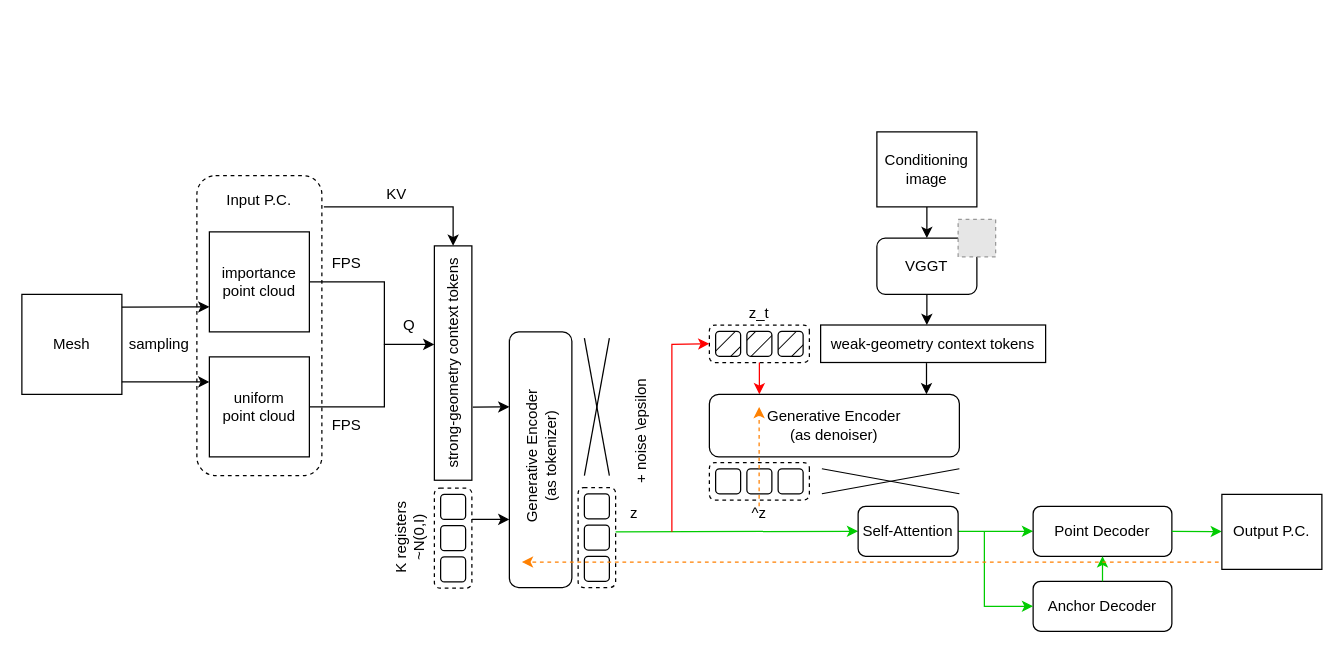
Before: teaser.drawio in NathanRouille/HY3DGS, a draw.io diagram. Source tidied: cells renumbered, new cells numbered last; positions are measured from the earlier drawing's top-left corner, leaving out a move shared by most shapes. Both pictures are drawn from the tidied source at 125%, with x=0, y=0 at pixel (21, 131). Pictures stored in the file or linked from it are replaced by grey dashed boxes.
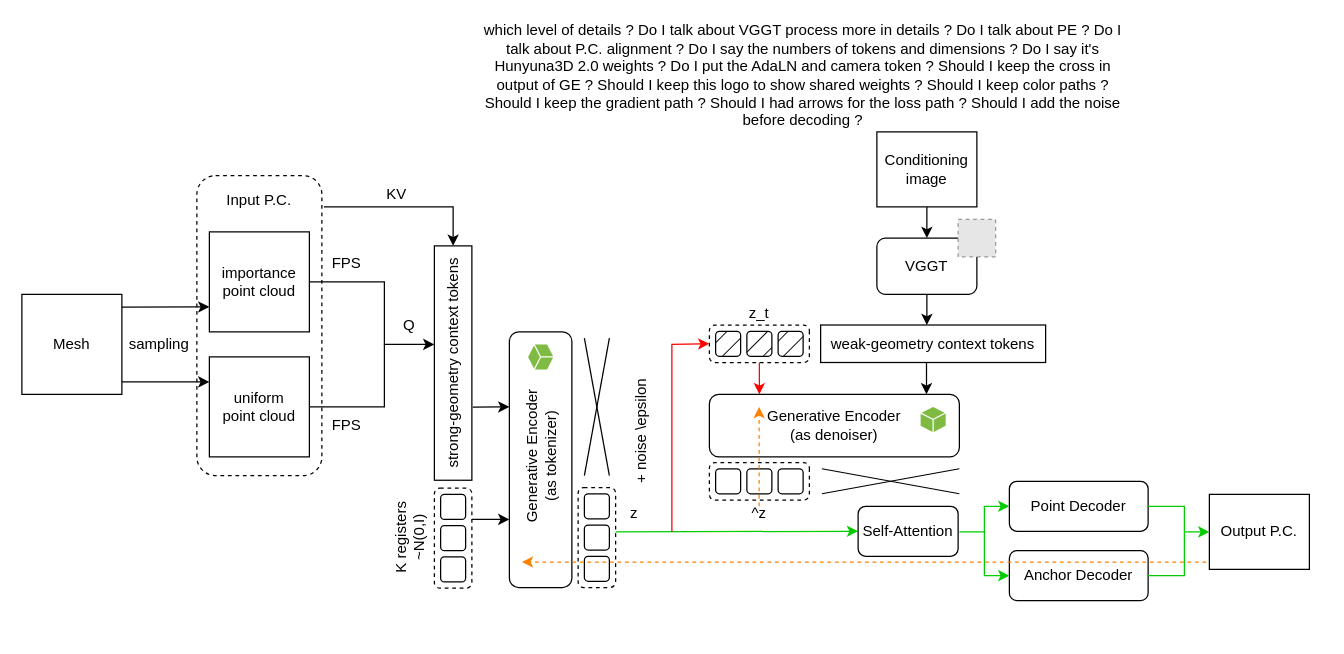
The same page after the edit.

Commit message:
Mettre à jour teaser.drawio

Unchanged cells that the change refers to:
```xml
<mxCell id="61" value="Self-Attention" style="rounded=1;whiteSpace=wrap;html=1;" parent="1" vertex="1">
  <mxGeometry x="669" y="299.5" width="80" height="40" as="geometry" />
</mxCell>
```

What changed in the source:
```diff
@@
-    <mxCell id="60" style="edgeStyle=orthogonalEdgeStyle;rounded=0;jettySize=auto;html=1;strokeColor=#00CC00;" parent="1" edge="1" source="61" target="62">
-      <mxGeometry relative="1" as="geometry" />
-    </mxCell>
@@
     <mxCell id="62" value="Point Decoder" style="whiteSpace=wrap;html=1;rounded=1;" parent="1" vertex="1">
-      <mxGeometry x="809" y="299.5" width="111" height="40" as="geometry" />
+      <mxGeometry x="790" y="279.5" width="111" height="40" as="geometry" />
     </mxCell>
     <mxCell id="63" value="Anchor Decoder" style="whiteSpace=wrap;html=1;rounded=1;" parent="1" vertex="1">
-      <mxGeometry x="809" y="359.5" width="111" height="40" as="geometry" />
+      <mxGeometry x="790" y="335" width="111" height="40" as="geometry" />
     </mxCell>
     <mxCell id="64" style="endArrow=classic;html=1;rounded=0;entryX=0;entryY=0.5;entryDx=0;entryDy=0;strokeColor=#00CC00;" parent="1" edge="1" target="63">
       <mxGeometry relative="1" as="geometry">
         <mxPoint x="770" y="320" as="sourcePoint" />
         <Array as="points">
-          <mxPoint x="770" y="379.5" />
+          <mxPoint x="770" y="355" />
         </Array>
       </mxGeometry>
     </mxCell>
-    <mxCell id="65" style="endArrow=classic;html=1;rounded=0;exitX=0.5;exitY=0;exitDx=0;exitDy=0;entryX=0.5;entryY=1;entryDx=0;entryDy=0;strokeColor=#00CC00;" parent="1" edge="1" source="63" target="62">
-      <mxGeometry relative="1" as="geometry" />
-    </mxCell>
-    <mxCell id="66" style="endArrow=classic;html=1;rounded=0;exitX=1;exitY=0.5;exitDx=0;exitDy=0;strokeColor=#00CC00;" parent="1" edge="1" source="62" target="67">
-      <mxGeometry relative="1" as="geometry" />
+    <mxCell id="66" style="endArrow=classic;html=1;rounded=0;exitX=1;exitY=0.5;exitDx=0;exitDy=0;strokeColor=#00CC00;entryX=0;entryY=0.5;entryDx=0;entryDy=0;" parent="1" edge="1" source="62" target="67">
+      <mxGeometry relative="1" as="geometry">
+        <Array as="points">
+          <mxPoint x="930" y="299.5" />
+          <mxPoint x="930" y="320" />
+        </Array>
+      </mxGeometry>
     </mxCell>
     <mxCell id="67" value="Output P.C." style="rounded=0;whiteSpace=wrap;html=1;" parent="1" vertex="1">
-      <mxGeometry x="960" y="290" width="80" height="60" as="geometry" />
+      <mxGeometry x="950" y="290" width="80" height="60" as="geometry" />
     </mxCell>
@@
+    <mxCell id="72" value="which level of details ? Do I talk about VGGT process more in details ? Do I talk about PE ? Do I talk about P.C. alignment ? Do I say the numbers of tokens and dimensions ? Do I say it's Hunyuna3D 2.0 weights ? Do I put the AdaLN and camera token ? Should I keep the cross in output of GE ? Should I keep this logo to show shared weights ? Should I keep color paths ? Should I keep the gradient path ? Should I had arrows for the loss path ? Should I add the noise before decoding ?" style="text;html=1;whiteSpace=wrap;strokeColor=none;fillColor=none;align=center;verticalAlign=middle;rounded=0;" parent="1" vertex="1">
+      <mxGeometry x="360" y="-60" width="530" height="30" as="geometry" />
+    </mxCell>
+    <mxCell id="73" style="sketch=0;shadow=0;dashed=0;html=1;strokeColor=none;labelPosition=center;verticalLabelPosition=bottom;verticalAlign=top;align=center;shape=mxgraph.office.concepts.node_generic;fillColor=#7FBA42;" parent="1" vertex="1">
+      <mxGeometry x="719" y="220" width="20" height="20" as="geometry" />
+    </mxCell>
+    <mxCell id="74" style="sketch=0;shadow=0;dashed=0;html=1;strokeColor=none;labelPosition=center;verticalLabelPosition=bottom;verticalAlign=top;align=center;shape=mxgraph.office.concepts.node_generic;fillColor=#7FBA42;rotation=-90;" parent="1" vertex="1">
+      <mxGeometry x="405" y="170" width="20" height="20" as="geometry" />
+    </mxCell>
+    <mxCell id="75" style="endArrow=classic;html=1;rounded=0;entryX=0;entryY=0.5;entryDx=0;entryDy=0;strokeColor=#00CC00;" parent="1" edge="1" target="62">
+      <mxGeometry relative="1" as="geometry">
+        <mxPoint x="750" y="320" as="sourcePoint" />
+        <Array as="points">
+          <mxPoint x="770" y="320" />
+          <mxPoint x="770" y="299.5" />
+        </Array>
+      </mxGeometry>
+    </mxCell>
+    <mxCell id="76" style="endArrow=none;html=1;rounded=0;exitX=1;exitY=0.5;exitDx=0;exitDy=0;strokeColor=#00CC00;" parent="1" edge="1" source="63">
+      <mxGeometry relative="1" as="geometry">
+        <mxPoint x="930" y="320" as="targetPoint" />
+        <Array as="points">
+          <mxPoint x="930" y="355" />
+        </Array>
+      </mxGeometry>
+    </mxCell>
```
